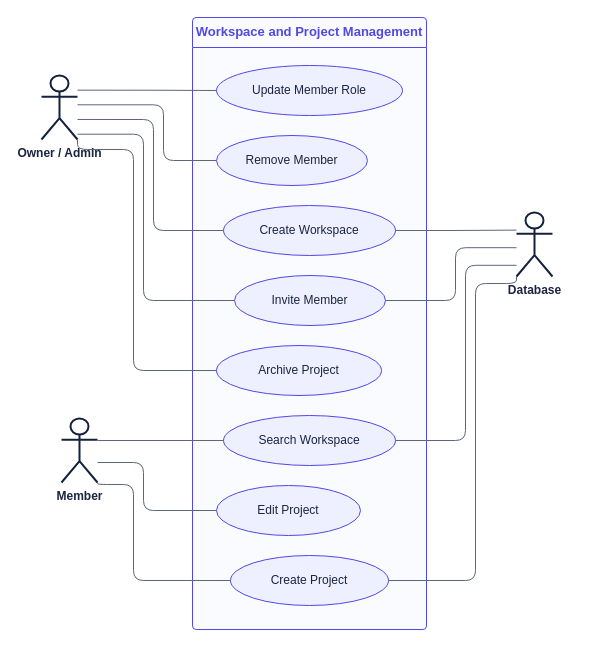
Above: page "Fig 4 - Level 1.2 Workspace and Project Management" (4 of 24) of docs/report/SpecTwin_Diagrams.drawio in sazidmahin/SPL-3 (draw.io), before the change. Source tidied: cells renumbered, new cells numbered last; positions are measured from the earlier drawing's top-left corner, leaving out a move shared by most shapes. Both pictures are drawn from the tidied source at 100%, with x=0, y=0 at pixel (41, 17).
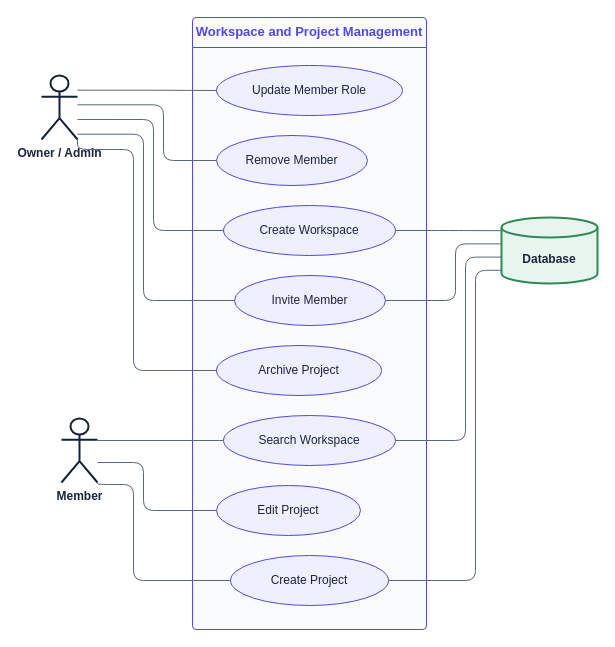
The same diagram, later.

Unchanged cells that the change refers to:
```xml
<mxCell id="6" value="Create Workspace" style="shape=ellipse;perimeter=ellipsePerimeter;whiteSpace=wrap;html=1;fillColor=#EEF0FF;strokeColor=#5148E5;fontColor=#1B2440;fontFamily=Helvetica;fontSize=12;" parent="5" vertex="1">
  <mxGeometry x="31" y="188" width="172" height="50" as="geometry" />
</mxCell>
<mxCell id="7" value="Invite Member" style="shape=ellipse;perimeter=ellipsePerimeter;whiteSpace=wrap;html=1;fillColor=#EEF0FF;strokeColor=#5148E5;fontColor=#1B2440;fontFamily=Helvetica;fontSize=12;" parent="5" vertex="1">
  <mxGeometry x="42" y="258" width="151" height="50" as="geometry" />
</mxCell>
<mxCell id="10" value="Create Project" style="shape=ellipse;perimeter=ellipsePerimeter;whiteSpace=wrap;html=1;fillColor=#EEF0FF;strokeColor=#5148E5;fontColor=#1B2440;fontFamily=Helvetica;fontSize=12;" parent="5" vertex="1">
  <mxGeometry x="38" y="538" width="158" height="50" as="geometry" />
</mxCell>
<mxCell id="13" value="Search Workspace" style="shape=ellipse;perimeter=ellipsePerimeter;whiteSpace=wrap;html=1;fillColor=#EEF0FF;strokeColor=#5148E5;fontColor=#1B2440;fontFamily=Helvetica;fontSize=12;" parent="5" vertex="1">
  <mxGeometry x="31" y="398" width="172" height="50" as="geometry" />
</mxCell>
```

Diff of the diagram source:
```diff
@@
-    <mxCell id="4" value="Database" style="shape=umlActor;verticalLabelPosition=bottom;verticalAlign=top;html=1;outlineConnect=0;fillColor=#FFFFFF;strokeColor=#14213D;strokeWidth=2;fontColor=#1B2440;fontStyle=1;fontFamily=Helvetica;fontSize=12;" parent="1" vertex="1">
-      <mxGeometry x="475" y="195" width="36" height="64" as="geometry" />
+    <mxCell id="4" value="Database" style="shape=cylinder3;whiteSpace=wrap;html=1;boundedLbl=1;backgroundOutline=1;size=10;fillColor=#E8F5EE;strokeColor=#2E8B57;strokeWidth=2;fontColor=#1B2440;fontStyle=1;fontFamily=Helvetica;fontSize=12;" parent="1" vertex="1">
+      <mxGeometry x="460" y="200" width="96" height="66" as="geometry" />
     </mxCell>
@@
-    <mxCell id="22" style="edgeStyle=orthogonalEdgeStyle;rounded=1;html=1;strokeColor=#5B6678;fontColor=#1B2440;fontSize=11;labelBackgroundColor=#FFFFFF;endArrow=none;exitX=1.000;exitY=0.500;exitDx=0;exitDy=0;exitPerimeter=0;entryX=0.000;entryY=0.275;entryDx=0;entryDy=0;entryPerimeter=0;" parent="1" edge="1" source="6" target="4">
+    <mxCell id="22" style="edgeStyle=orthogonalEdgeStyle;rounded=1;html=1;strokeColor=#5B6678;fontColor=#1B2440;fontSize=11;labelBackgroundColor=#FFFFFF;endArrow=none;exitX=1.000;exitY=0.500;exitDx=0;exitDy=0;exitPerimeter=0;entryX=0.000;entryY=0.200;entryDx=0;entryDy=0;entryPerimeter=0;" parent="1" edge="1" source="6" target="4">
       <mxGeometry relative="1" as="geometry" />
     </mxCell>
-    <mxCell id="23" style="edgeStyle=orthogonalEdgeStyle;rounded=1;html=1;strokeColor=#5B6678;fontColor=#1B2440;fontSize=11;labelBackgroundColor=#FFFFFF;endArrow=none;exitX=1.000;exitY=0.500;exitDx=0;exitDy=0;exitPerimeter=0;entryX=0.000;entryY=0.550;entryDx=0;entryDy=0;entryPerimeter=0;" parent="1" edge="1" source="7" target="4">
+    <mxCell id="23" style="edgeStyle=orthogonalEdgeStyle;rounded=1;html=1;strokeColor=#5B6678;fontColor=#1B2440;fontSize=11;labelBackgroundColor=#FFFFFF;endArrow=none;exitX=1.000;exitY=0.500;exitDx=0;exitDy=0;exitPerimeter=0;entryX=0.000;entryY=0.400;entryDx=0;entryDy=0;entryPerimeter=0;" parent="1" edge="1" source="7" target="4">
       <mxGeometry relative="1" as="geometry">
         <Array as="points">
           <mxPoint x="414" y="283" />
-          <mxPoint x="414" y="231" />
+          <mxPoint x="414" y="226" />
         </Array>
       </mxGeometry>
     </mxCell>
-    <mxCell id="24" style="edgeStyle=orthogonalEdgeStyle;rounded=1;html=1;strokeColor=#5B6678;fontColor=#1B2440;fontSize=11;labelBackgroundColor=#FFFFFF;endArrow=none;exitX=1.000;exitY=0.500;exitDx=0;exitDy=0;exitPerimeter=0;entryX=0.000;entryY=1.000;entryDx=0;entryDy=0;entryPerimeter=0;" parent="1" edge="1" source="10" target="4">
+    <mxCell id="24" style="edgeStyle=orthogonalEdgeStyle;rounded=1;html=1;strokeColor=#5B6678;fontColor=#1B2440;fontSize=11;labelBackgroundColor=#FFFFFF;endArrow=none;exitX=1.000;exitY=0.500;exitDx=0;exitDy=0;exitPerimeter=0;entryX=0.000;entryY=0.800;entryDx=0;entryDy=0;entryPerimeter=0;" parent="1" edge="1" source="10" target="4">
       <mxGeometry relative="1" as="geometry">
         <Array as="points">
           <mxPoint x="434" y="563" />
-          <mxPoint x="434" y="266" />
+          <mxPoint x="434" y="253" />
         </Array>
       </mxGeometry>
     </mxCell>
-    <mxCell id="25" style="edgeStyle=orthogonalEdgeStyle;rounded=1;html=1;strokeColor=#5B6678;fontColor=#1B2440;fontSize=11;labelBackgroundColor=#FFFFFF;endArrow=none;exitX=1.000;exitY=0.500;exitDx=0;exitDy=0;exitPerimeter=0;entryX=0.000;entryY=0.825;entryDx=0;entryDy=0;entryPerimeter=0;" parent="1" edge="1" source="13" target="4">
+    <mxCell id="25" style="edgeStyle=orthogonalEdgeStyle;rounded=1;html=1;strokeColor=#5B6678;fontColor=#1B2440;fontSize=11;labelBackgroundColor=#FFFFFF;endArrow=none;exitX=1.000;exitY=0.500;exitDx=0;exitDy=0;exitPerimeter=0;entryX=0.000;entryY=0.600;entryDx=0;entryDy=0;entryPerimeter=0;" parent="1" edge="1" source="13" target="4">
       <mxGeometry relative="1" as="geometry">
         <Array as="points">
           <mxPoint x="424" y="423" />
-          <mxPoint x="424" y="248" />
+          <mxPoint x="424" y="239" />
         </Array>
       </mxGeometry>
     </mxCell>
```
